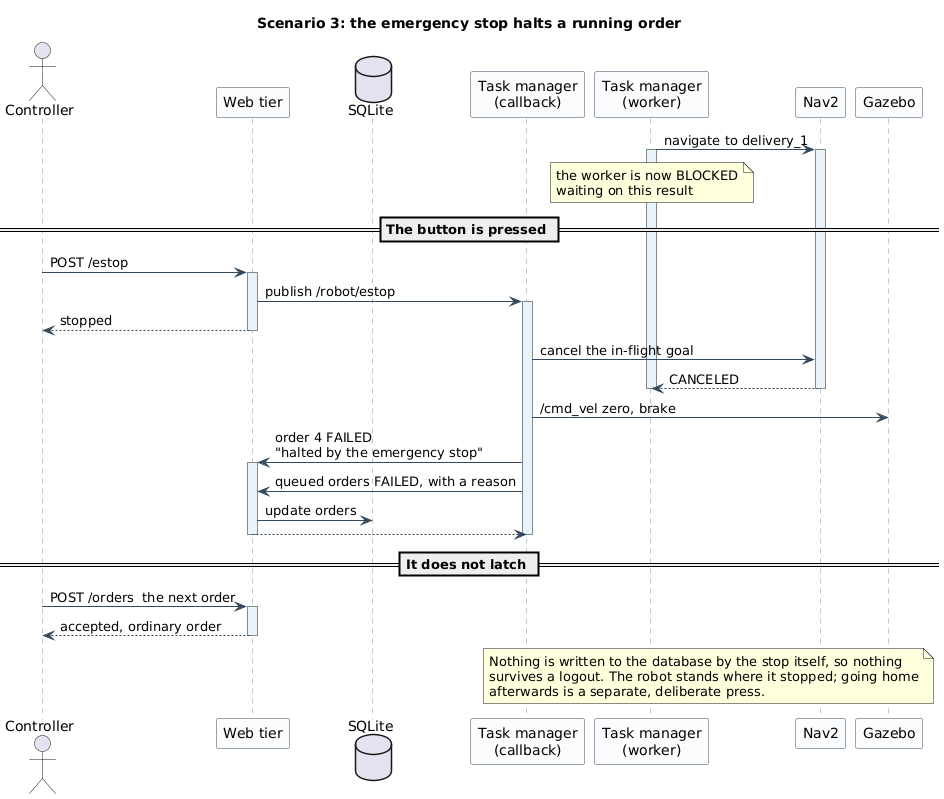
This is report/Figures/12-sequence-emergency-stop.png from ArianShafagh/robofetch, a PlantUML export, as it was before one commit. Source of this version:
```plantuml
@startuml
skinparam backgroundColor White
skinparam shadowing false
skinparam sequence {
  ArrowColor #34495E
  LifeLineBorderColor #7F8C8D
  ParticipantBorderColor #34495E
  ParticipantBackgroundColor #FBFCFE
  LifeLineBackgroundColor #EAF2FA
}

title Scenario 3: the emergency stop halts a running order

actor Controller as C
participant "Web tier" as API
database "SQLite" as DB
participant "Task manager\n(callback)" as CB
participant "Task manager\n(worker)" as TM
participant "Nav2" as NAV
participant "Gazebo" as GZ

TM -> NAV ++ : navigate to delivery_1
activate TM
note over TM : the worker is now BLOCKED\nwaiting on this result

== The button is pressed ==
C -> API ++ : POST /estop
API -> CB ++ : publish /robot/estop
API --> C -- : stopped
CB -> NAV : cancel the in-flight goal
NAV --> TM -- : CANCELED
deactivate TM
CB -> GZ : /cmd_vel zero, brake
CB -> API ++ : order 4 FAILED\n"halted by the emergency stop"
CB -> API : queued orders FAILED, with a reason
API -> DB : update orders
API --> CB --
deactivate CB

== It does not latch ==
C -> API ++ : POST /orders  the next order
API --> C -- : accepted, ordinary order

note over CB, GZ
  Nothing is written to the database by the stop itself, so nothing
  survives a logout. The robot stands where it stopped; going home
  afterwards is a separate, deliberate press.
end note

@enduml
```
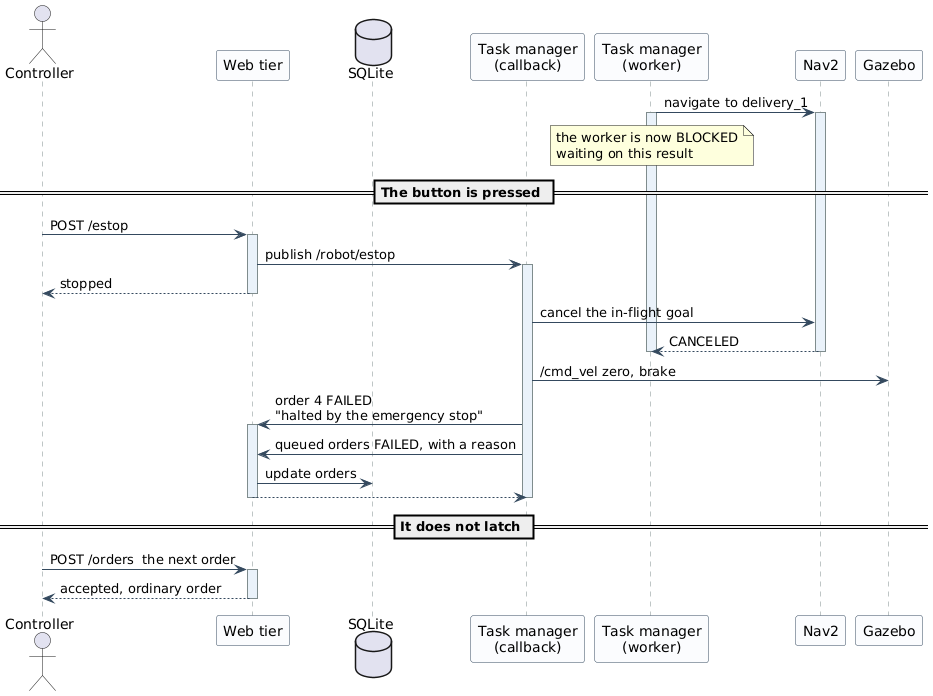
The same file after the commit.

Diff of the diagram source:
```diff
@@ -9,7 +9,6 @@
   LifeLineBackgroundColor #EAF2FA
 }
 
-title Scenario 3: the emergency stop halts a running order
 
 actor Controller as C
 participant "Web tier" as API
@@ -41,10 +40,4 @@
 C -> API ++ : POST /orders  the next order
 API --> C -- : accepted, ordinary order
 
-note over CB, GZ
-  Nothing is written to the database by the stop itself, so nothing
-  survives a logout. The robot stands where it stopped; going home
-  afterwards is a separate, deliberate press.
-end note
-
 @enduml
```
